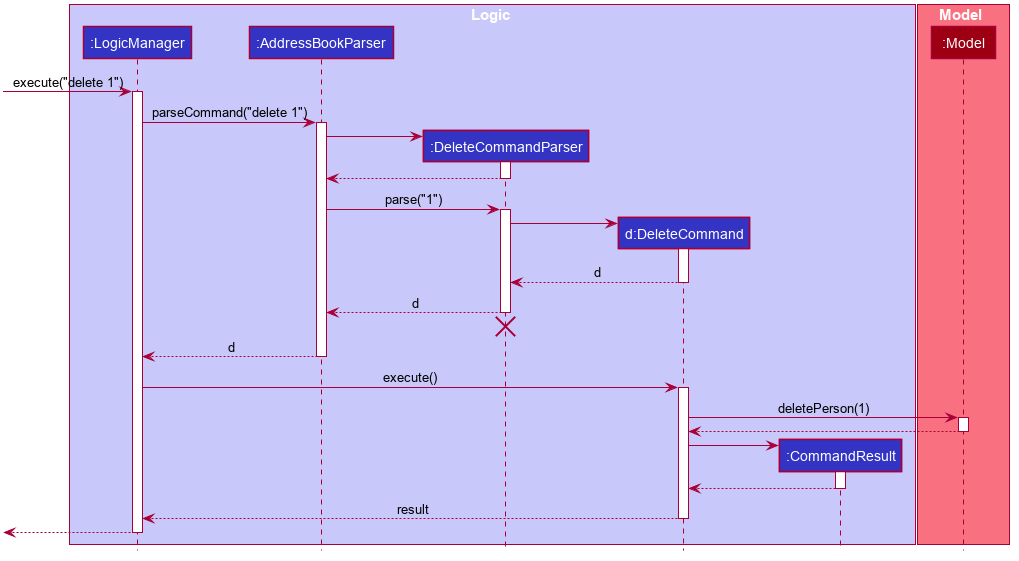
nus-cs2103-AY2223S2/tp keeps this PlantUML diagram as docs/images/DeleteSequenceDiagram.png. Above is the earlier version.
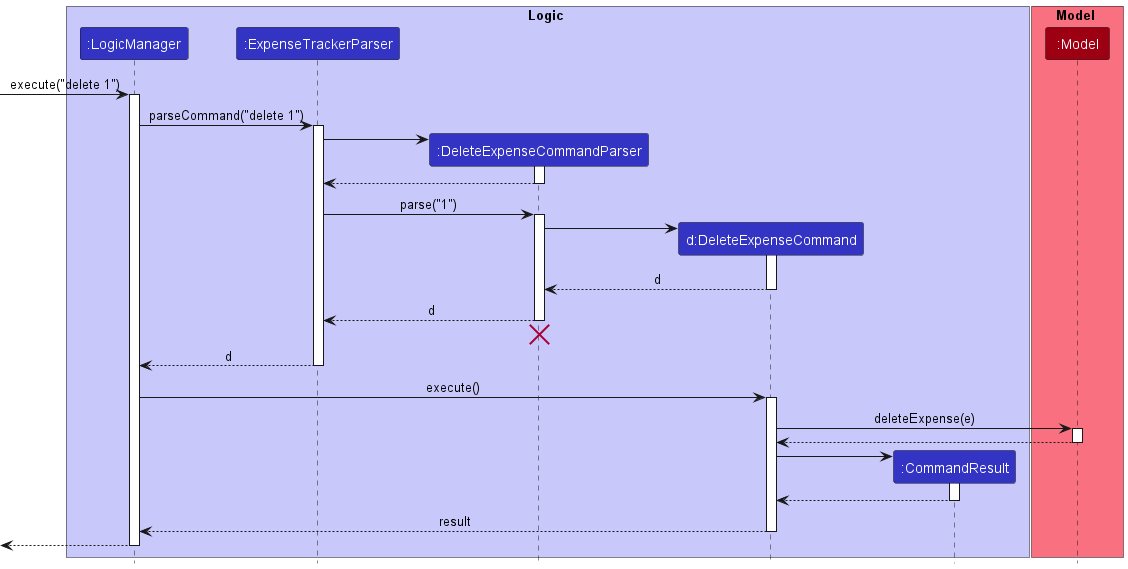
Above is the later version.

Change to the diagram source:
```diff
@@ -1,63 +1,16 @@
 @startuml
+!include style.puml
 
-
-
-
-
-
-
-
-skinparam BackgroundColor #FFFFFFF
-
-skinparam Shadowing false
-
-skinparam Class {
-    FontColor #FFFFFF
-    BorderThickness 1
-    BorderColor #FFFFFF
-    StereotypeFontColor #FFFFFF
-    FontName Arial
-}
-
-skinparam Actor {
-    BorderColor #000000
-    Color #000000
-    FontName Arial
-}
-
-skinparam Sequence {
-    MessageAlign center
-    BoxFontSize 15
-    BoxPadding 0
-    BoxFontColor #FFFFFF
-    FontName Arial
-}
-
-skinparam Participant {
-    FontColor #FFFFFFF
-    Padding 20
-}
-
-skinparam MinClassWidth 50
-skinparam ParticipantPadding 10
-skinparam Shadowing false
-skinparam DefaultTextAlignment center
-skinparam packageStyle Rectangle
-
-hide footbox
-hide members
-hide circle
-
-box Logic #C8C8FA
-participant ":LogicManager" as LogicManager #3333C4
-participant ":AddressBookParser" as AddressBookParser #3333C4
-participant ":DeleteCommandParser" as DeleteCommandParser #3333C4
-participant "d:DeleteCommand" as DeleteCommand #3333C4
-participant ":CommandResult" as CommandResult #3333C4
+box Logic LOGIC_COLOR_T1
+participant ":LogicManager" as LogicManager LOGIC_COLOR
+participant ":ExpenseTrackerParser" as AddressBookParser LOGIC_COLOR
+participant ":DeleteExpenseCommandParser" as DeleteCommandParser LOGIC_COLOR
+participant "d:DeleteExpenseCommand" as DeleteCommand LOGIC_COLOR
+participant ":CommandResult" as CommandResult LOGIC_COLOR
 end box
 
-box Model #F97181
-participant ":Model" as Model #9D0012
+box Model MODEL_COLOR_T1
+participant ":Model" as Model MODEL_COLOR
 end box
 
 [-> LogicManager : execute("delete 1")
@@ -94,7 +47,7 @@
 LogicManager -> DeleteCommand : execute()
 activate DeleteCommand
 
-DeleteCommand -> Model : deletePerson(1)
+DeleteCommand -> Model : deleteExpense(e)
 activate Model
 
 Model --> DeleteCommand
```
